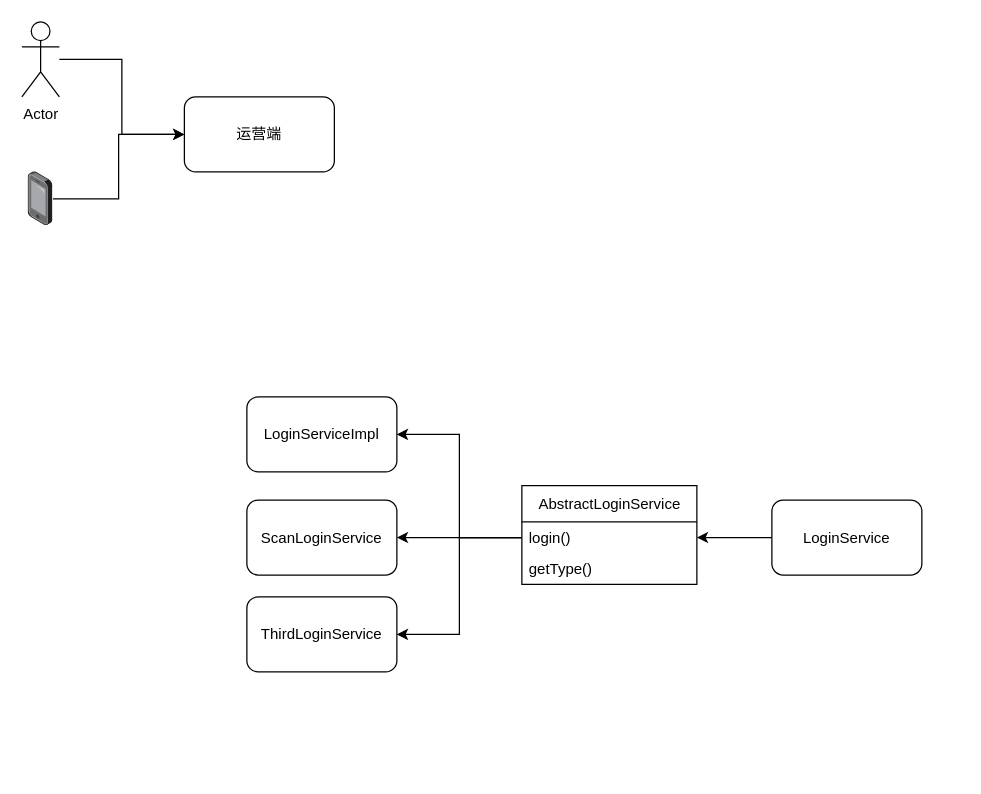
Earlier version of the draw.io diagram ah-security/src/main/java/com/zhansc/ahsecurity/mss/mss登录认证.drawio (zhansc/worksheet). Source tidied: cells renumbered, new cells numbered last; positions are measured from the earlier drawing's top-left corner, leaving out a move shared by most shapes. Both pictures are drawn from the tidied source at 125%, with x=0, y=0 at pixel (21, 21).
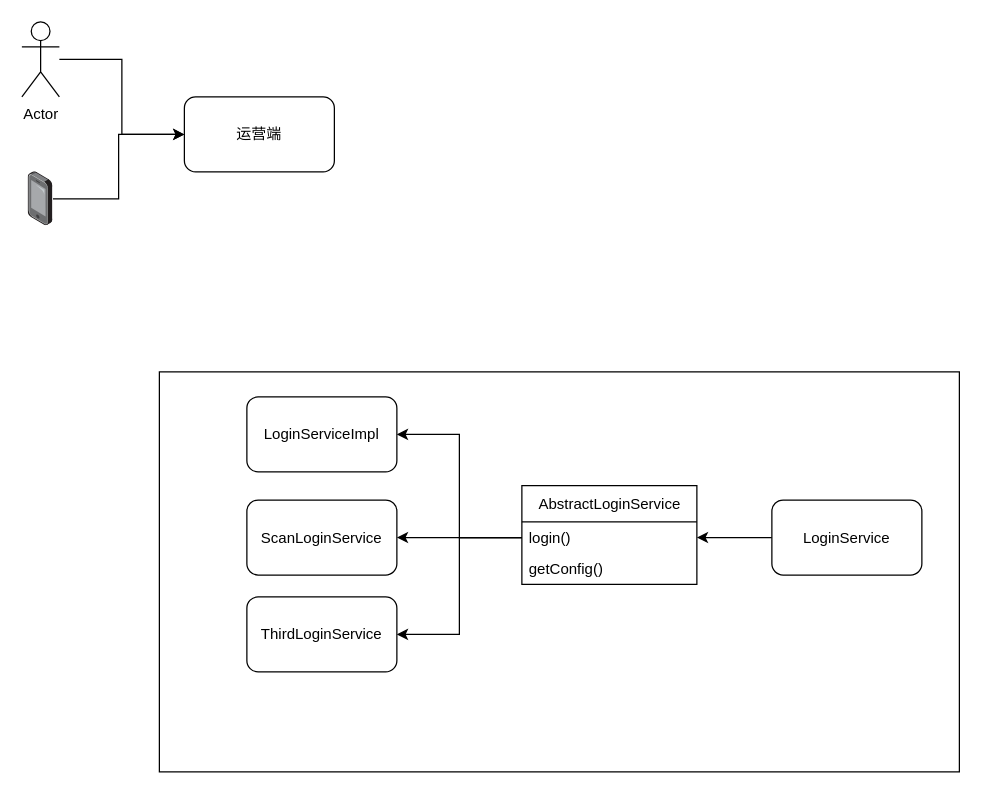
After the change.

Commit message (it also covers changes not shown here):
更新mss登录认证.drawio

Change to the diagram source:
```diff
@@
 <mxGraphModel>
   <root>
     <mxCell id="0" />
     <mxCell id="1" parent="0" />
+    <mxCell id="18" style="rounded=0;whiteSpace=wrap;html=1;" parent="1" vertex="1">
+      <mxGeometry x="110" y="280" width="640" height="320" as="geometry" />
+    </mxCell>
     <mxCell id="2" value="运营端" style="rounded=1;whiteSpace=wrap;html=1;" parent="1" vertex="1">
       <mxGeometry x="130" y="60" width="120" height="60" as="geometry" />
     </mxCell>
     <mxCell id="3" style="edgeStyle=orthogonalEdgeStyle;rounded=0;jettySize=auto;html=1;" parent="1" edge="1" source="4" target="2">
       <mxGeometry relative="1" as="geometry" />
     </mxCell>
     <mxCell id="4" value="Actor" style="shape=umlActor;verticalLabelPosition=bottom;verticalAlign=top;html=1;outlineConnect=0;" parent="1" vertex="1">
       <mxGeometry width="30" height="60" as="geometry" />
     </mxCell>
     <mxCell id="5" style="edgeStyle=orthogonalEdgeStyle;rounded=0;jettySize=auto;html=1;entryX=0;entryY=0.5;entryDx=0;entryDy=0;" parent="1" edge="1" source="6" target="2">
       <mxGeometry relative="1" as="geometry" />
     </mxCell>
     <mxCell id="6" style="points=[];html=1;align=center;shadow=0;dashed=0;image;image=img/lib/allied_telesis/computer_and_terminals/Smartphone.svg;" parent="1" vertex="1">
       <mxGeometry x="5.1" y="120" width="19.8" height="43.2" as="geometry" />
     </mxCell>
     <mxCell id="7" style="edgeStyle=orthogonalEdgeStyle;rounded=0;jettySize=auto;html=1;" parent="1" edge="1" source="8" target="13">
       <mxGeometry relative="1" as="geometry" />
     </mxCell>
     <mxCell id="8" value="LoginService" style="rounded=1;whiteSpace=wrap;html=1;" parent="1" vertex="1">
       <mxGeometry x="600" y="382.5" width="120" height="60" as="geometry" />
     </mxCell>
     <mxCell id="9" value="LoginServiceImpl" style="rounded=1;whiteSpace=wrap;html=1;" parent="1" vertex="1">
       <mxGeometry x="180" y="300" width="120" height="60" as="geometry" />
     </mxCell>
     <mxCell id="10" value="ScanLoginService" style="rounded=1;whiteSpace=wrap;html=1;" parent="1" vertex="1">
       <mxGeometry x="180" y="382.5" width="120" height="60" as="geometry" />
     </mxCell>
     <mxCell id="11" value="ThirdLoginService" style="rounded=1;whiteSpace=wrap;html=1;" parent="1" vertex="1">
       <mxGeometry x="180" y="460" width="120" height="60" as="geometry" />
     </mxCell>
     <mxCell id="12" value="&lt;span style=&quot;font-weight: 400;&quot;&gt;AbstractLoginService&lt;/span&gt;" style="swimlane;fontStyle=1;align=center;verticalAlign=middle;horizontal=1;startSize=29;html=1;" parent="1" vertex="1">
       <mxGeometry x="400" y="371" width="140" height="79" as="geometry" />
     </mxCell>
     <mxCell id="13" value="login()" style="text;html=1;strokeColor=none;fillColor=none;align=left;verticalAlign=middle;spacingLeft=4;spacingRight=4;overflow=hidden;points=[[0,0.5],[1,0.5]];portConstraint=eastwest;" parent="12" vertex="1">
       <mxGeometry y="29" width="140" height="25" as="geometry" />
     </mxCell>
-    <mxCell id="14" value="getType()" style="text;html=1;strokeColor=none;fillColor=none;align=left;verticalAlign=middle;spacingLeft=4;spacingRight=4;overflow=hidden;" parent="12" vertex="1">
+    <mxCell id="14" value="getConfig()" style="text;html=1;strokeColor=none;fillColor=none;align=left;verticalAlign=middle;spacingLeft=4;spacingRight=4;overflow=hidden;" parent="12" vertex="1">
       <mxGeometry y="54" width="140" height="25" as="geometry" />
     </mxCell>
     <mxCell id="15" style="edgeStyle=orthogonalEdgeStyle;rounded=0;jettySize=auto;html=1;entryX=1;entryY=0.5;entryDx=0;entryDy=0;" parent="1" edge="1" source="13" target="9">
       <mxGeometry relative="1" as="geometry" />
     </mxCell>
     <mxCell id="16" style="edgeStyle=orthogonalEdgeStyle;rounded=0;jettySize=auto;html=1;entryX=1;entryY=0.5;entryDx=0;entryDy=0;" parent="1" edge="1" source="13" target="10">
       <mxGeometry relative="1" as="geometry" />
     </mxCell>
     <mxCell id="17" style="edgeStyle=orthogonalEdgeStyle;rounded=0;jettySize=auto;html=1;entryX=1;entryY=0.5;entryDx=0;entryDy=0;" parent="1" edge="1" source="13" target="11">
       <mxGeometry relative="1" as="geometry" />
     </mxCell>
   </root>
 </mxGraphModel>
```
